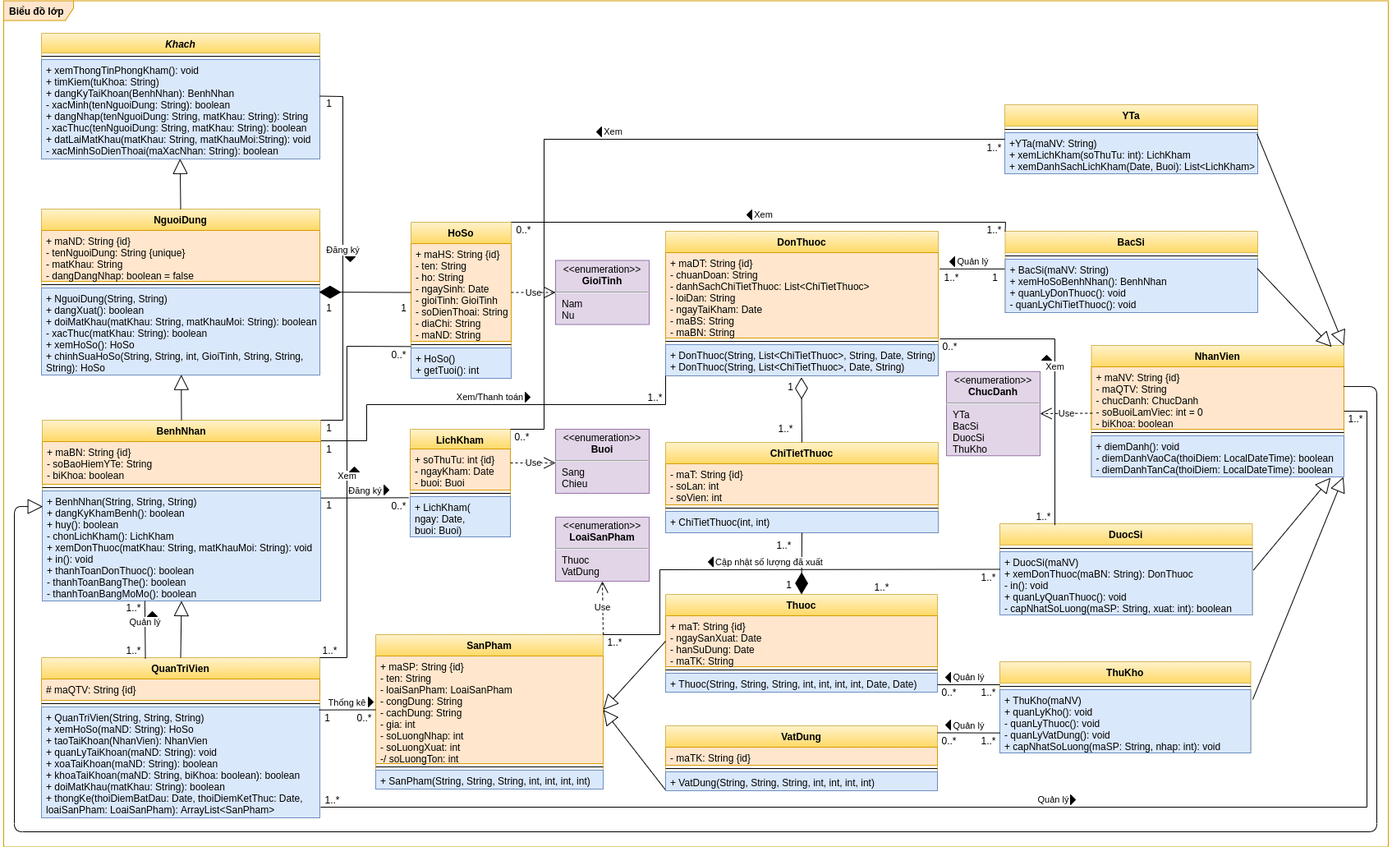
This is images/Class Diagram.png from luclegen/medicine16, a draw.io export, as it was before one commit. Source tidied: cells renumbered, new cells last; positions are measured from the earlier drawing's top-left corner, leaving out a move shared by most shapes.
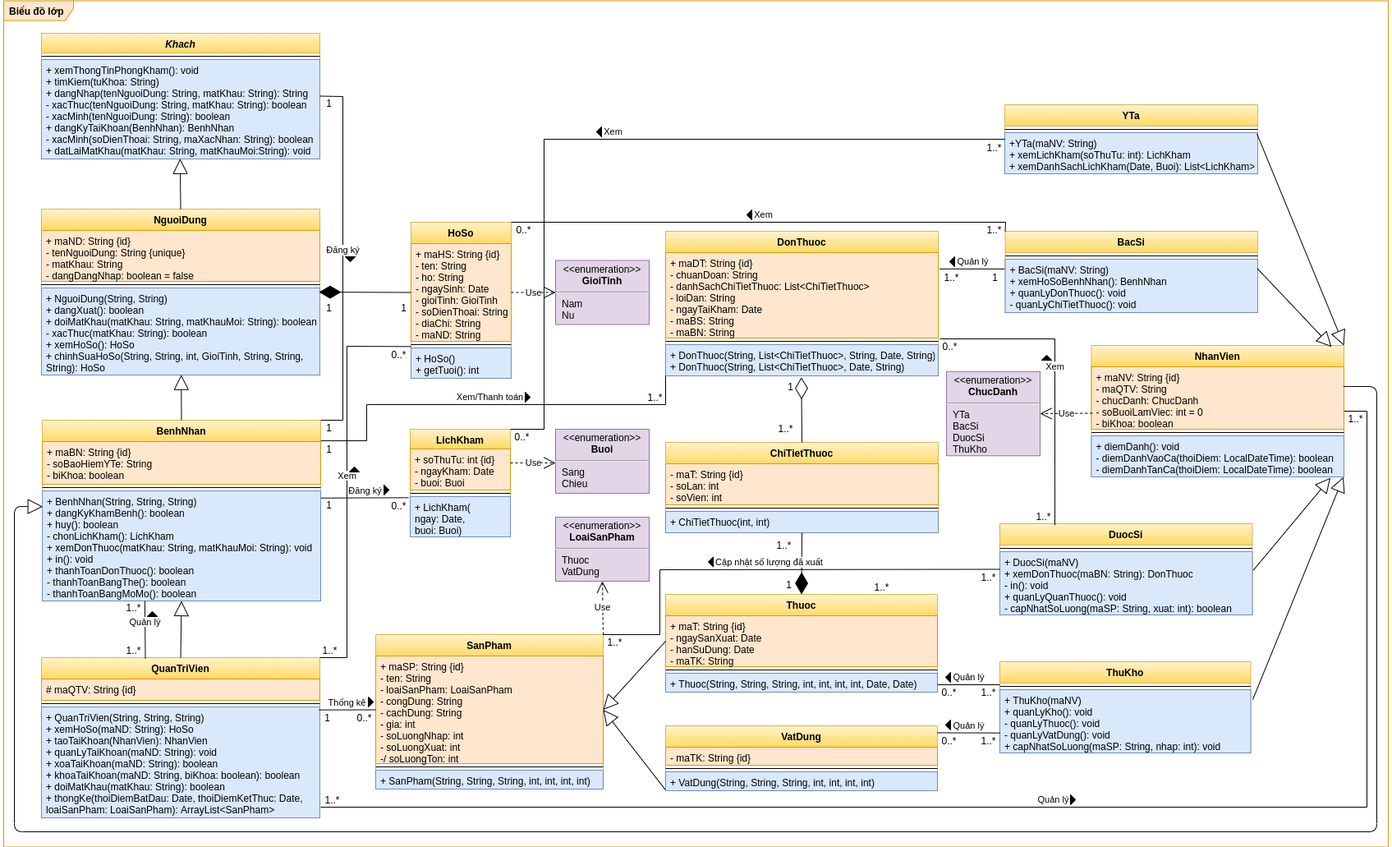
Above is the later version.

Commit message:
Update Class Diagram

Diff of the diagram source:
```diff
@@ -11,7 +11,7 @@
     <mxCell id="4" style="line;strokeWidth=1;fillColor=none;align=left;verticalAlign=middle;spacingTop=-1;spacingLeft=3;spacingRight=3;labelPosition=right;" parent="3" vertex="1">
       <mxGeometry y="24" width="339" height="8" as="geometry" />
     </mxCell>
-    <mxCell id="5" value="+ xemThongTinPhongKham(): void&#10;+ timKiem(tuKhoa: String)&#10;+ dangKyTaiKhoan(BenhNhan): BenhNhan&#10;- xacMinh(tenNguoiDung: String): boolean&#10;+ dangNhap(tenNguoiDung: String, matKhau: String): String&#10;- xacThuc(tenNguoiDung: String, matKhau: String): boolean&#10;+ datLaiMatKhau(matKhau: String, matKhauMoi:String): void&#10;- xacMinhSoDienThoai(maXacNhan: String): boolean" style="text;strokeColor=#6c8ebf;fillColor=#dae8fc;align=left;verticalAlign=top;spacingLeft=4;spacingRight=4;overflow=hidden;points=[[0,0.5],[1,0.5]];portConstraint=eastwest;fontStyle=0;" parent="3" vertex="1">
+    <mxCell id="5" value="+ xemThongTinPhongKham(): void&#10;+ timKiem(tuKhoa: String)&#10;+ dangNhap(tenNguoiDung: String, matKhau: String): String&#10;- xacThuc(tenNguoiDung: String, matKhau: String): boolean&#10;- xacMinh(tenNguoiDung: String): boolean&#10;+ dangKyTaiKhoan(BenhNhan): BenhNhan&#10;- xacMinh(soDienThoai: String, maXacNhan: String): boolean&#10;+ datLaiMatKhau(matKhau: String, matKhauMoi:String): void" style="text;strokeColor=#6c8ebf;fillColor=#dae8fc;align=left;verticalAlign=top;spacingLeft=4;spacingRight=4;overflow=hidden;points=[[0,0.5],[1,0.5]];portConstraint=eastwest;fontStyle=0;" parent="3" vertex="1">
       <mxGeometry y="32" width="339" height="121" as="geometry" />
     </mxCell>
     <mxCell id="6" value="NguoiDung" style="swimlane;fontStyle=1;align=center;verticalAlign=top;horizontal=1;startSize=26;fillColor=#fff2cc;strokeColor=#d6b656;gradientColor=#ffd966;" parent="1" vertex="1">
```
